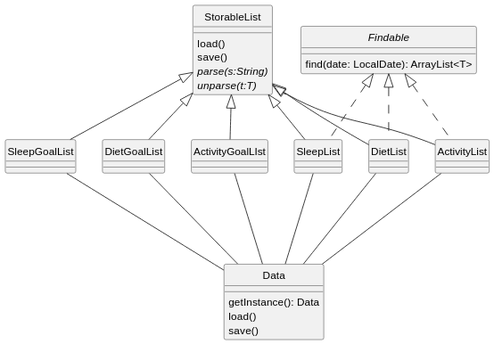
Before: docs/images/DataClassDiagram.svg, a diagram exported from PlantUML (AY2324S1-CS2113-T17-1/tp).
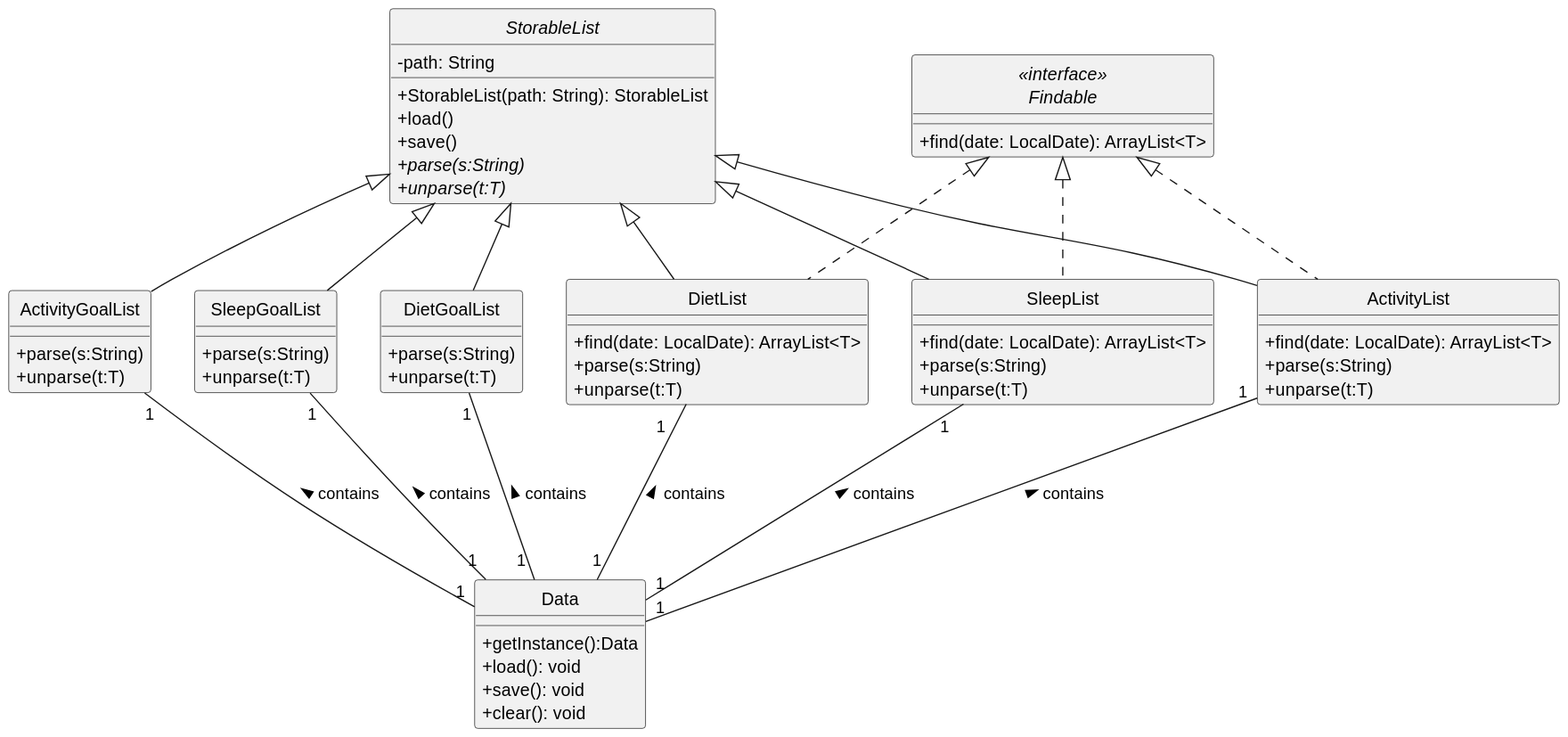
After the commit.

Commit message:
Update Data class diagram

Diff of the diagram source:
```diff
@@ -1,47 +1,71 @@
 @startuml
+skinparam classAttributeIconSize 0
 hide circle
 
-
-class StorableList{
-    load()
-    save()
-    {abstract} parse(s:String)
-    {abstract} unparse(t:T)
+abstract class "StorableList"{
+    - path: String
+    + StorableList(path: String): StorableList
+    + load()
+    + save()
+    + {abstract} parse(s:String)
+    + {abstract} unparse(t:T)
 
 }
 
-class ActivityList{}
-class ActivityGoalLIst{}
-class DietList{}
-class DietGoalList{}
-class SleepList{}
-class SleepGoalList{
-
-}
-interface Findable{
-    find(date: LocalDate): ArrayList<T>
+interface "<<interface>>\nFindable" {
+    + find(date: LocalDate): ArrayList<T>
 }
 class Data{
-    getInstance(): Data
-    load()
-    save()
+    + getInstance():Data
+    + load(): void
+    + save(): void
+    + clear(): void
+}
+class ActivityList{
+    + find(date: LocalDate): ArrayList<T>
+    + parse(s:String)
+    + unparse(t:T)
+}
+class DietList{
++ find(date: LocalDate): ArrayList<T>
+    + parse(s:String)
+    + unparse(t:T)
+}
+class SleepList{
++ find(date: LocalDate): ArrayList<T>
+    + parse(s:String)
+    + unparse(t:T)
 }
 
-Findable <|.. ActivityList
-Findable <|.. DietList
-Findable <|.. SleepList
+class ActivityGoalList{
+    + parse(s:String)
+    + unparse(t:T)
+}
+class DietGoalList{
+    + parse(s:String)
+    + unparse(t:T)
+}
+class SleepGoalList{
+    + parse(s:String)
+    + unparse(t:T)
+}
 
-StorableList <|-- ActivityList
-StorableList <|-- DietList
-StorableList <|-- SleepList
-StorableList <|-- ActivityGoalLIst
-StorableList <|-- DietGoalList
-StorableList <|-- SleepGoalList
 
-Data --u- ActivityList
-Data --u- DietList
-Data --u- SleepList
-Data --u- ActivityGoalLIst
-Data --u- DietGoalList
-Data --u- SleepGoalList
+"<<interface>>\nFindable" <|.. ActivityList
+"<<interface>>\nFindable" <|.. DietList
+"<<interface>>\nFindable" <|.. SleepList
+
+"StorableList" <|-- ActivityList
+"StorableList" <|-- DietList
+"StorableList" <|-- SleepList
+"StorableList" <|-- ActivityGoalList
+"StorableList" <|-- DietGoalList
+"StorableList" <|-- SleepGoalList
+
+Data "1" --u- "1" ActivityList : contains >
+Data "1" --u- "1   " DietList : contains >
+Data "1" --u- "1" SleepList : contains >
+Data "1" --u- "1" ActivityGoalList : contains >
+Data "1 " --u- "1" DietGoalList : contains >
+Data "1" --u- "1" SleepGoalList : contains >
 @enduml
```
